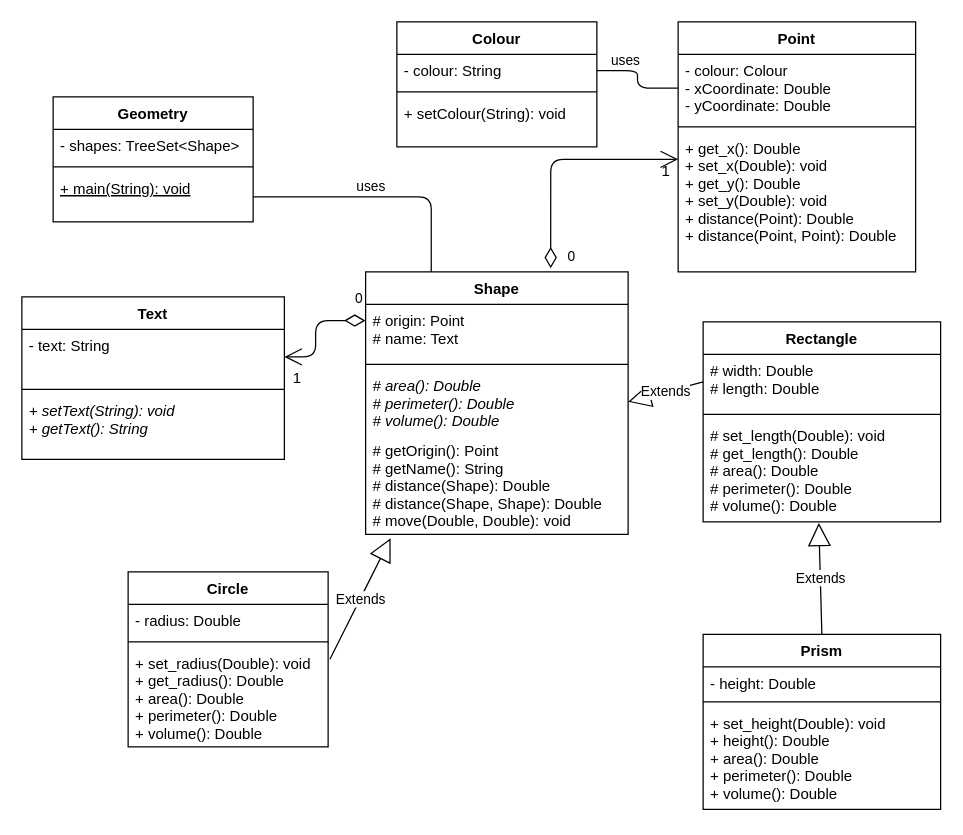
The draw.io diagram Lab 4/Exercise 1 & 2/database/Ex1.drawio in nachacin/ENSF-409-Projects, before the edit. Source tidied: cells renumbered, new cells numbered last; positions are measured from the earlier drawing's top-left corner, leaving out a move shared by most shapes. Both pictures are drawn from the tidied source at 125%, with x=0, y=0 at pixel (21, 21).
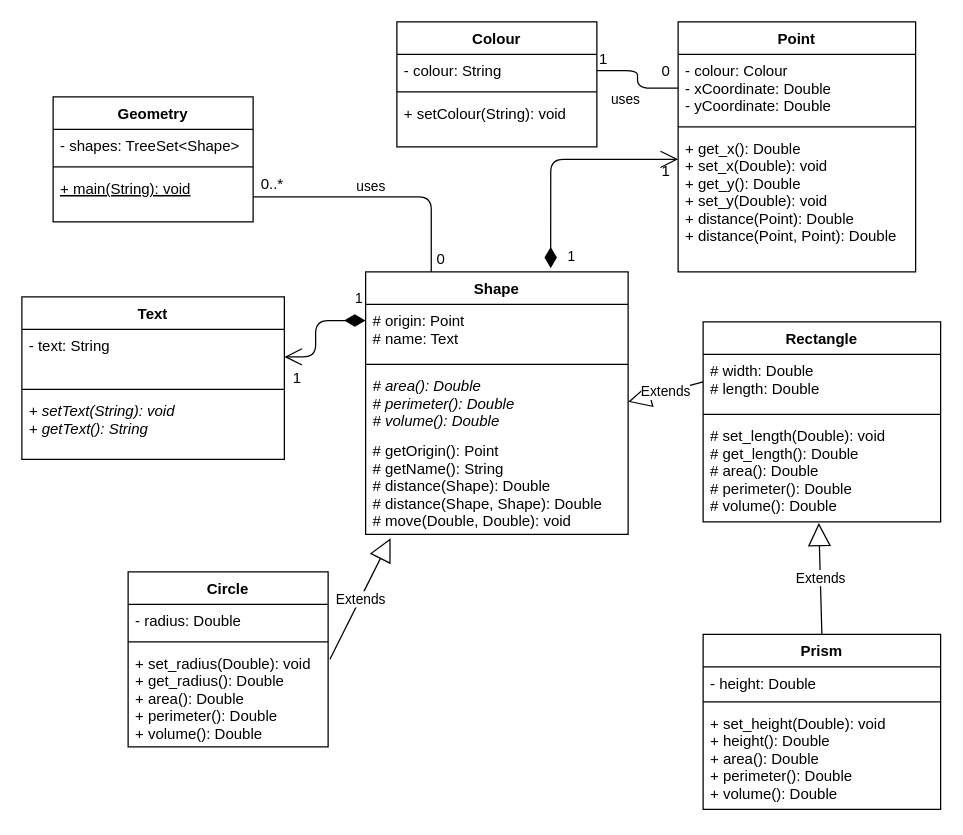
After the change.

Commit message:
Updated Lab 5 Ex 1 Relationship Types

Unchanged cells that the change refers to:
```xml
<mxCell id="17" value="+ get_x(): Double&#10;+ set_x(Double): void&#10;+ get_y(): Double&#10;+ set_y(Double): void&#10;+ distance(Point): Double&#10;+ distance(Point, Point): Double" style="text;strokeColor=none;fillColor=none;align=left;verticalAlign=top;spacingLeft=4;spacingRight=4;overflow=hidden;points=[[0,0.5],[1,0.5]];portConstraint=eastwest;fontStyle=0;" parent="14" vertex="1">
  <mxGeometry y="88" width="190" height="112" as="geometry" />
</mxCell>
<mxCell id="26" value="Shape" style="swimlane;fontStyle=1;align=center;verticalAlign=top;horizontal=1;startSize=26;" parent="1" vertex="1">
  <mxGeometry x="275" y="200" width="210" height="210" as="geometry" />
</mxCell>
<mxCell id="27" value="# origin: Point&#10;# name: Text" style="text;strokeColor=none;fillColor=none;align=left;verticalAlign=top;spacingLeft=4;spacingRight=4;overflow=hidden;points=[[0,0.5],[1,0.5]];portConstraint=eastwest;fontStyle=0;" parent="26" vertex="1">
  <mxGeometry y="26" width="210" height="44" as="geometry" />
</mxCell>
<mxCell id="32" value="- text: String" style="text;strokeColor=none;fillColor=none;align=left;verticalAlign=top;spacingLeft=4;spacingRight=4;overflow=hidden;points=[[0,0.5],[1,0.5]];portConstraint=eastwest;fontStyle=0;" parent="31" vertex="1">
  <mxGeometry y="26" width="210" height="44" as="geometry" />
</mxCell>
<mxCell id="38" style="endArrow=none;html=1;edgeStyle=orthogonalEdgeStyle;exitX=0;exitY=0.5;exitDx=0;exitDy=0;entryX=1;entryY=0.5;entryDx=0;entryDy=0;" parent="1" edge="1" source="15" target="7">
  <mxGeometry relative="1" as="geometry" />
</mxCell>
```

Diff of the diagram source:
```diff
@@
     <mxCell id="39" value="uses" style="edgeLabel;html=1;align=right;verticalAlign=bottom;" parent="38" vertex="1">
       <mxGeometry x="1" relative="1" as="geometry">
-        <mxPoint x="35" as="offset" />
+        <mxPoint x="35" y="31" as="offset" />
       </mxGeometry>
     </mxCell>
@@
-    <mxCell id="42" value="0" style="endArrow=open;html=1;endSize=12;startArrow=diamondThin;startSize=14;startFill=0;edgeStyle=orthogonalEdgeStyle;align=left;verticalAlign=bottom;entryX=0;entryY=0.196;entryDx=0;entryDy=0;entryPerimeter=0;exitX=0.705;exitY=-0.014;exitDx=0;exitDy=0;exitPerimeter=0;" parent="1" edge="1" source="26" target="17">
+    <mxCell id="42" value="1" style="endArrow=open;html=1;endSize=12;startArrow=diamondThin;startSize=14;startFill=1;edgeStyle=orthogonalEdgeStyle;align=left;verticalAlign=bottom;entryX=0;entryY=0.196;entryDx=0;entryDy=0;entryPerimeter=0;exitX=0.705;exitY=-0.014;exitDx=0;exitDy=0;exitPerimeter=0;" parent="1" edge="1" source="26" target="17">
       <mxGeometry x="-1" y="-12" relative="1" as="geometry">
         <Array as="points">
           <mxPoint x="423" y="110" />
         </Array>
       </mxGeometry>
     </mxCell>
@@
-    <mxCell id="44" value="0" style="endArrow=open;html=1;endSize=12;startArrow=diamondThin;startSize=14;startFill=0;edgeStyle=orthogonalEdgeStyle;align=left;verticalAlign=bottom;entryX=1;entryY=0.5;entryDx=0;entryDy=0;exitX=-0.001;exitY=0.295;exitDx=0;exitDy=0;exitPerimeter=0;" parent="1" edge="1" source="27" target="32">
+    <mxCell id="44" value="1" style="endArrow=open;html=1;endSize=12;startArrow=diamondThin;startSize=14;startFill=1;edgeStyle=orthogonalEdgeStyle;align=left;verticalAlign=bottom;entryX=1;entryY=0.5;entryDx=0;entryDy=0;exitX=-0.001;exitY=0.295;exitDx=0;exitDy=0;exitPerimeter=0;" parent="1" edge="1" source="27" target="32">
       <mxGeometry x="-0.79" y="-9" relative="1" as="geometry">
         <Array as="points">
           <mxPoint x="235" y="239" />
           <mxPoint x="235" y="268" />
         </Array>
       </mxGeometry>
     </mxCell>
@@
+    <mxCell id="46" value="0..*" style="text;html=1;align=center;verticalAlign=middle;strokeColor=none;" parent="1" vertex="1">
+      <mxGeometry x="185" y="120" width="30" height="20" as="geometry" />
+    </mxCell>
+    <mxCell id="47" value="0&lt;br&gt;" style="text;html=1;align=center;verticalAlign=middle;strokeColor=none;" parent="1" vertex="1">
+      <mxGeometry x="325" y="180" width="20" height="20" as="geometry" />
+    </mxCell>
+    <mxCell id="48" value="0" style="text;html=1;align=center;verticalAlign=middle;strokeColor=none;" parent="1" vertex="1">
+      <mxGeometry x="505" y="30" width="20" height="20" as="geometry" />
+    </mxCell>
+    <mxCell id="49" value="1" style="text;html=1;align=center;verticalAlign=middle;strokeColor=none;" parent="1" vertex="1">
+      <mxGeometry x="455" y="20" width="20" height="20" as="geometry" />
+    </mxCell>
```
